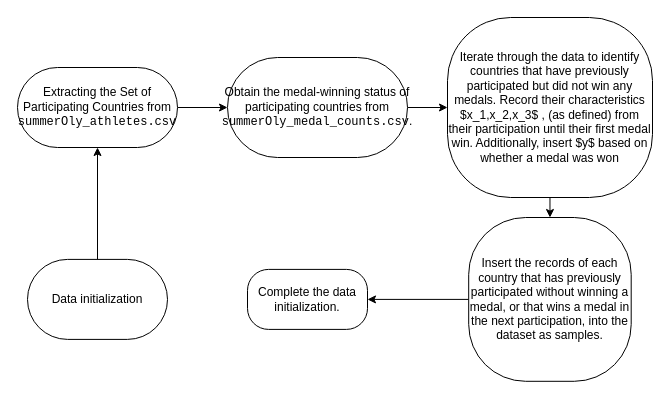
This is code/C_2.dio from VicissitudeChat9619/MCM_Document, a draw.io file, before an edit. Source tidied: cells renumbered, new cells numbered last; positions are measured from the earlier drawing's top-left corner, leaving out a move shared by most shapes. Both pictures are drawn from the tidied source at 100%, with x=0, y=0 at pixel (17, 17).
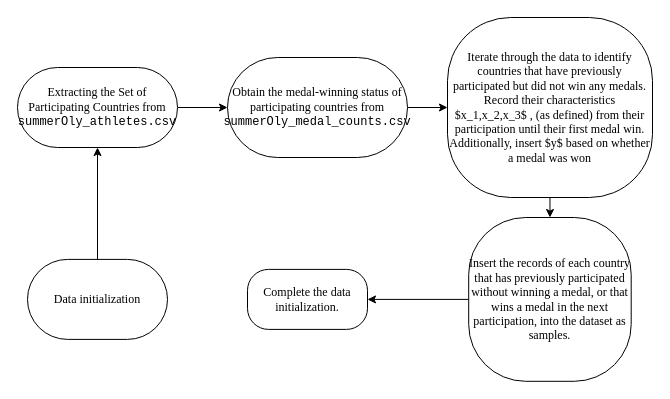
After the change.

Commit message (it also covers changes not shown here):
优化了流程图

Change to the diagram source:
```diff
@@
 <mxGraphModel>
   <root>
     <mxCell id="0" />
     <mxCell id="1" parent="0" />
     <mxCell id="2" style="edgeStyle=none;html=1;fontSize=12;" parent="1" edge="1" source="3" target="5">
       <mxGeometry relative="1" as="geometry" />
     </mxCell>
-    <mxCell id="3" value="&lt;font style=&quot;font-size: 12px;&quot;&gt;Data initialization&lt;/font&gt;" style="rounded=1;whiteSpace=wrap;html=1;arcSize=50;direction=west;" parent="1" vertex="1">
+    <mxCell id="3" value="&lt;font face=&quot;Times New Roman&quot; style=&quot;font-size: 12px;&quot;&gt;Data initialization&lt;/font&gt;" style="rounded=1;whiteSpace=wrap;html=1;arcSize=50;direction=west;" parent="1" vertex="1">
       <mxGeometry x="10" y="241.9" width="140" height="80" as="geometry" />
     </mxCell>
     <mxCell id="4" style="edgeStyle=none;html=1;fontSize=12;" parent="1" edge="1" source="5" target="7">
       <mxGeometry relative="1" as="geometry" />
     </mxCell>
-    <mxCell id="5" value="Extracting the Set of Participating Countries from &lt;code&gt;summerOly_athletes.csv&lt;/code&gt;" style="whiteSpace=wrap;html=1;rounded=1;arcSize=50;" parent="1" vertex="1">
+    <mxCell id="5" value="&lt;font face=&quot;Times New Roman&quot;&gt;Extracting the Set of Participating Countries from&lt;/font&gt;&lt;br&gt;&lt;font face=&quot;consolas&quot;&gt;summerOly_athletes.csv&lt;/font&gt;" style="whiteSpace=wrap;html=1;rounded=1;arcSize=50;" parent="1" vertex="1">
       <mxGeometry y="50" width="160" height="80" as="geometry" />
     </mxCell>
     <mxCell id="6" style="edgeStyle=none;html=1;fontSize=12;" parent="1" edge="1" source="7" target="9">
       <mxGeometry relative="1" as="geometry" />
     </mxCell>
-    <mxCell id="7" value="Obtain the medal-winning status of participating countries from &lt;code&gt;summerOly_medal_counts.csv&lt;/code&gt;." style="whiteSpace=wrap;html=1;rounded=1;arcSize=50;" parent="1" vertex="1">
+    <mxCell id="7" value="&lt;font face=&quot;Times New Roman&quot;&gt;Obtain the medal-winning status of participating countries from&lt;/font&gt;&lt;br&gt;&lt;font face=&quot;consolas&quot;&gt;summerOly_medal_counts.csv&lt;/font&gt;" style="whiteSpace=wrap;html=1;rounded=1;arcSize=50;" parent="1" vertex="1">
       <mxGeometry x="210" y="40" width="180" height="100" as="geometry" />
     </mxCell>
     <mxCell id="8" style="edgeStyle=none;html=1;fontSize=12;" parent="1" edge="1" source="9" target="11">
       <mxGeometry relative="1" as="geometry" />
     </mxCell>
-    <mxCell id="9" value="Iterate through the data to identify countries that have previously participated but did not win any medals. Record their characteristics $x_1,x_2,x_3$ , (as defined) from their participation until their first medal win. Additionally, insert $y$ based on whether a medal was won " style="whiteSpace=wrap;html=1;rounded=1;arcSize=35;" parent="1" vertex="1">
+    <mxCell id="9" value="&lt;font face=&quot;Times New Roman&quot;&gt;Iterate through the data to identify countries that have previously participated but did not win any medals. Record their characteristics $x_1,x_2,x_3$ , (as defined) from their participation until their first medal win. Additionally, insert $y$ based on whether a medal was won &lt;/font&gt;" style="whiteSpace=wrap;html=1;rounded=1;arcSize=35;" parent="1" vertex="1">
       <mxGeometry x="430" width="205" height="180" as="geometry" />
     </mxCell>
     <mxCell id="10" style="edgeStyle=none;html=1;fontSize=12;" parent="1" edge="1" source="11" target="12">
       <mxGeometry relative="1" as="geometry" />
     </mxCell>
-    <mxCell id="11" value="&lt;p&gt;Insert the records of each country that has previously participated without winning a medal, or that wins a medal in the next participation, into the dataset as samples.&lt;/p&gt;" style="rounded=1;whiteSpace=wrap;html=1;arcSize=35;" parent="1" vertex="1">
+    <mxCell id="11" value="&lt;p&gt;&lt;font face=&quot;Times New Roman&quot;&gt;Insert the records of each country that has previously participated without winning a medal, or that wins a medal in the next participation, into the dataset as samples.&lt;/font&gt;&lt;/p&gt;" style="rounded=1;whiteSpace=wrap;html=1;arcSize=35;" parent="1" vertex="1">
       <mxGeometry x="451.2" y="200" width="162.5" height="163.8" as="geometry" />
     </mxCell>
-    <mxCell id="12" value="Complete the data initialization." style="whiteSpace=wrap;html=1;rounded=1;arcSize=35;" parent="1" vertex="1">
+    <mxCell id="12" value="&lt;font face=&quot;Times New Roman&quot;&gt;Complete the data initialization.&lt;/font&gt;" style="whiteSpace=wrap;html=1;rounded=1;arcSize=35;" parent="1" vertex="1">
       <mxGeometry x="230" y="251.9" width="120" height="60" as="geometry" />
     </mxCell>
   </root>
 </mxGraphModel>
```
